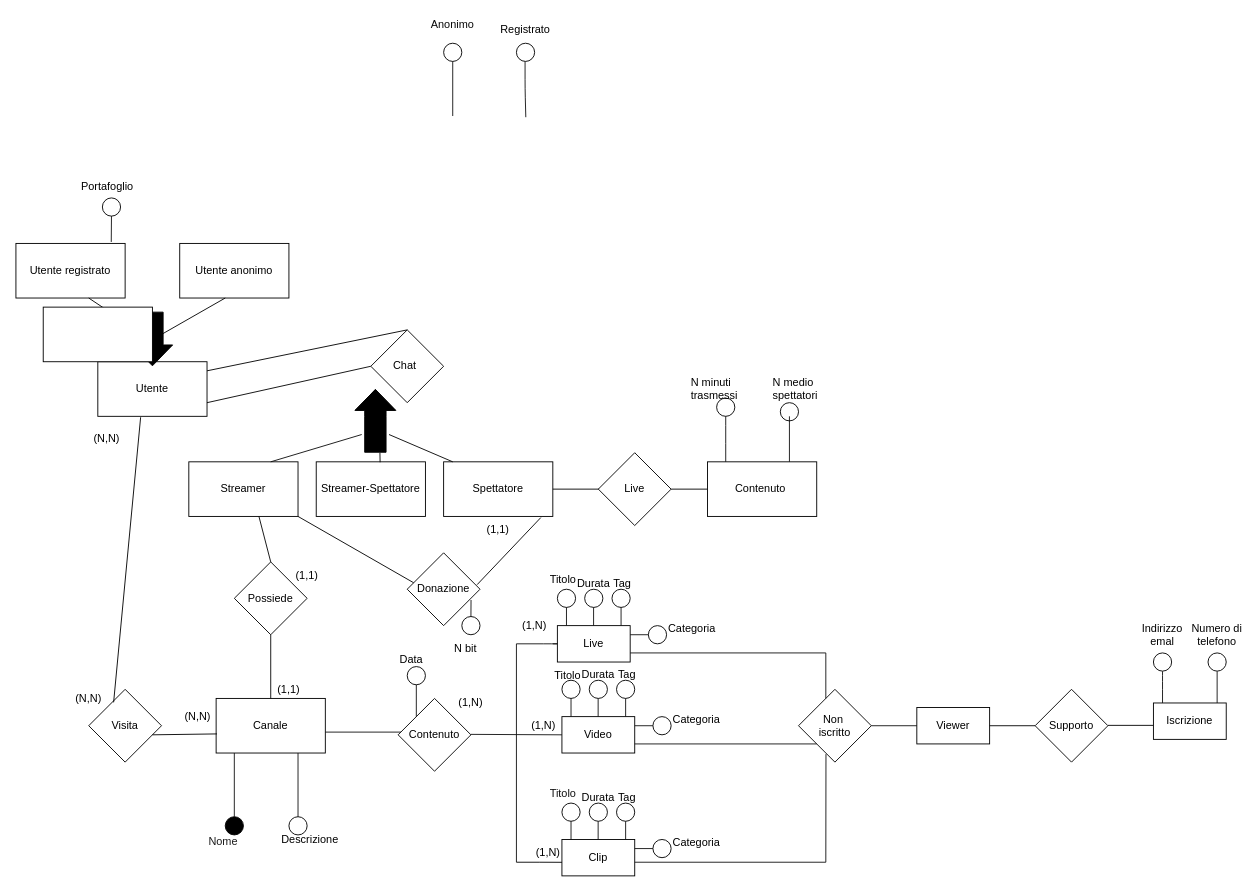
Before: e-r_revised_hypothesis.drawio in Popper002/Streaming-Service-Db-project-unito, a draw.io diagram. Source tidied: cells renumbered, new cells numbered last; positions are measured from the earlier drawing's top-left corner, leaving out a move shared by most shapes. Both pictures are drawn from the tidied source at 91%, with x=0, y=0 at pixel (15, 15).
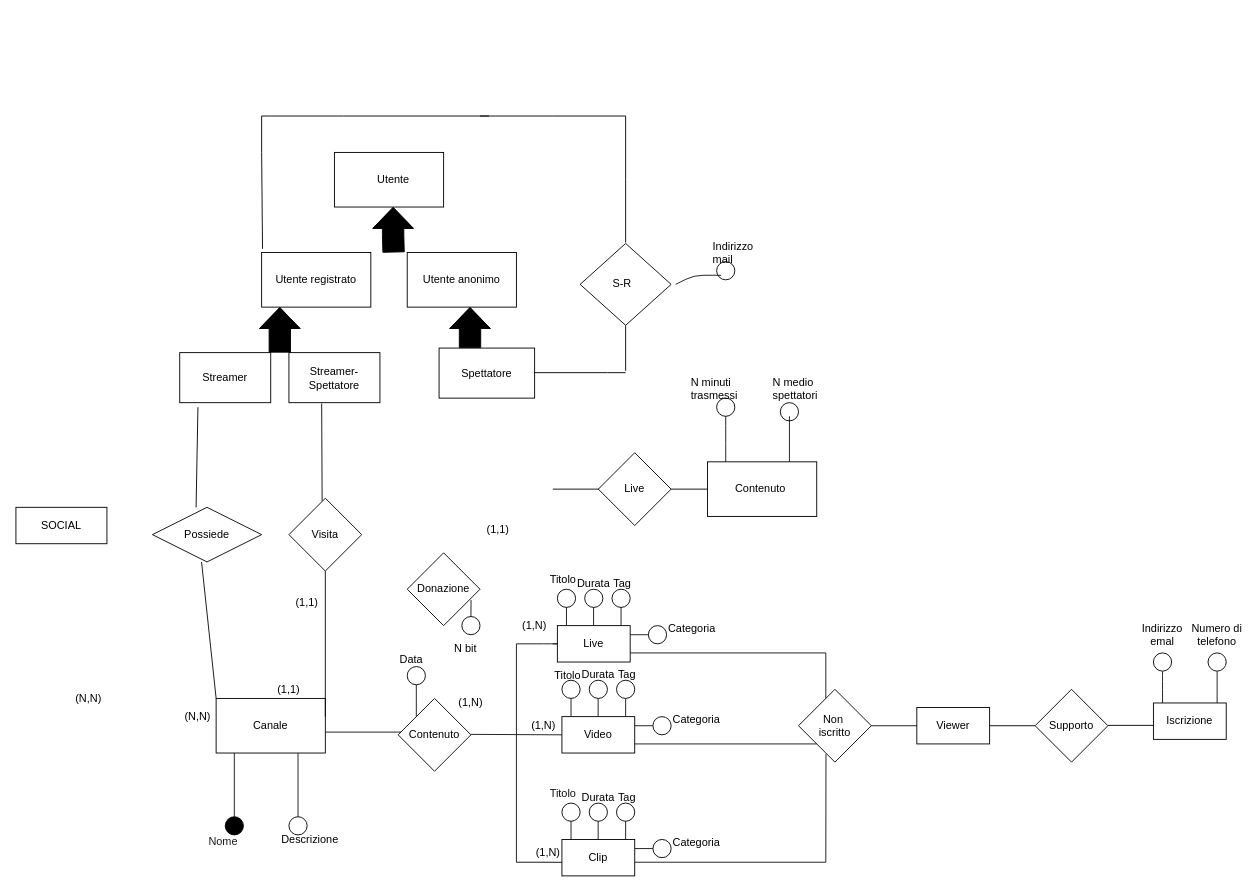
The same page after the edit.

The change refers to these unchanged cells:
```xml
<mxCell id="13" value="Canale&lt;br&gt;" style="rounded=0;whiteSpace=wrap;html=1;" parent="1" vertex="1">
  <mxGeometry x="220" y="750" width="120" height="60" as="geometry" />
</mxCell>
<mxCell id="94" value="Donazione" style="text;html=1;strokeColor=none;fillColor=none;align=center;verticalAlign=middle;whiteSpace=wrap;rounded=0;" parent="1" vertex="1">
  <mxGeometry x="440" y="615" width="60" height="30" as="geometry" />
</mxCell>
```

Diff of the diagram source:
```diff
@@
     <mxCell id="2" style="rounded=0;whiteSpace=wrap;html=1;" parent="1" vertex="1">
-      <mxGeometry x="90" y="380" width="120" height="60" as="geometry" />
+      <mxGeometry x="350" y="150" width="120" height="60" as="geometry" />
     </mxCell>
     <mxCell id="3" value="Utente" style="text;html=1;strokeColor=none;fillColor=none;align=center;verticalAlign=middle;whiteSpace=wrap;rounded=0;" parent="1" vertex="1">
-      <mxGeometry x="120" y="395" width="60" height="30" as="geometry" />
+      <mxGeometry x="385" y="165" width="60" height="30" as="geometry" />
     </mxCell>
     <mxCell id="4" style="shape=flexArrow;endArrow=classic;html=1;width=23.529411764705884;endSize=7.317647058823529;fillColor=#000000;strokeColor=#000000;" parent="1" edge="1">
       <mxGeometry relative="1" as="geometry">
-        <mxPoint x="395" y="480" as="sourcePoint" />
-        <mxPoint x="395" y="410" as="targetPoint" />
+        <mxPoint x="415" y="260" as="sourcePoint" />
+        <mxPoint x="414.5" y="210" as="targetPoint" />
         <Array as="points">
-          <mxPoint x="395" y="440" />
+          <mxPoint x="414.5" y="240" />
         </Array>
       </mxGeometry>
     </mxCell>
     <mxCell id="5" value="Spettatore" style="rounded=0;whiteSpace=wrap;html=1;" parent="1" vertex="1">
-      <mxGeometry x="470" y="490" width="120" height="60" as="geometry" />
+      <mxGeometry x="465" y="365" width="105" height="55" as="geometry" />
     </mxCell>
     <mxCell id="6" value="Streamer-Spettatore" style="rounded=0;whiteSpace=wrap;html=1;" parent="1" vertex="1">
-      <mxGeometry x="330" y="490" width="120" height="60" as="geometry" />
+      <mxGeometry x="300" y="370" width="100" height="55" as="geometry" />
     </mxCell>
     <mxCell id="7" value="Streamer" style="rounded=0;whiteSpace=wrap;html=1;" parent="1" vertex="1">
-      <mxGeometry x="190" y="490" width="120" height="60" as="geometry" />
+      <mxGeometry x="180" y="370" width="100" height="55" as="geometry" />
     </mxCell>
-    <mxCell id="8" style="endArrow=none;html=1;strokeColor=#0D0D0D;strokeWidth=1;" parent="1" edge="1">
-      <mxGeometry relative="1" as="geometry">
-        <mxPoint x="280" y="490" as="sourcePoint" />
-        <mxPoint x="380" y="460" as="targetPoint" />
-      </mxGeometry>
-    </mxCell>
-    <mxCell id="9" style="endArrow=none;html=1;strokeColor=#030303;strokeWidth=1;" parent="1" edge="1">
-      <mxGeometry relative="1" as="geometry">
-        <mxPoint x="480" y="490" as="sourcePoint" />
-        <mxPoint x="410" y="460" as="targetPoint" />
-      </mxGeometry>
-    </mxCell>
-    <mxCell id="10" value="&lt;font color=&quot;#080808&quot;&gt;Anonimo&lt;/font&gt;" style="text;html=1;align=center;verticalAlign=middle;whiteSpace=wrap;rounded=0;" parent="1" vertex="1">
-      <mxGeometry x="445" width="70" height="20" as="geometry" />
-    </mxCell>
-    <mxCell id="11" style="endArrow=none;html=1;fontColor=default;labelBackgroundColor=default;strokeColor=#121212;strokeWidth=1;exitX=0.836;exitY=0.022;exitDx=0;exitDy=0;exitPerimeter=0;" parent="1" edge="1">
-      <mxGeometry relative="1" as="geometry">
-        <mxPoint x="560.3" y="111.3" as="sourcePoint" />
-        <mxPoint x="559.5" y="50" as="targetPoint" />
-        <Array as="points">
-          <mxPoint x="559.5" y="80" />
-        </Array>
-      </mxGeometry>
-    </mxCell>
-    <mxCell id="12" value="&lt;font color=&quot;#000000&quot;&gt;Registrato&lt;/font&gt;" style="text;html=1;strokeColor=none;fillColor=none;align=center;verticalAlign=middle;whiteSpace=wrap;rounded=0;" parent="1" vertex="1">
-      <mxGeometry x="530" width="60" height="30" as="geometry" />
-    </mxCell>
@@
-    <mxCell id="14" style="rhombus;whiteSpace=wrap;html=1;" parent="1" vertex="1">
-      <mxGeometry x="240" y="600" width="80" height="80" as="geometry" />
-    </mxCell>
-    <mxCell id="15" style="endArrow=none;html=1;entryX=0.642;entryY=1;entryDx=0;entryDy=0;strokeColor=#050505;strokeWidth=1;exitX=0.5;exitY=0;exitDx=0;exitDy=0;entryPerimeter=0;" parent="1" edge="1" source="14" target="7">
-      <mxGeometry relative="1" as="geometry" />
-    </mxCell>
-    <mxCell id="16" style="endArrow=none;html=1;entryX=0.5;entryY=1;entryDx=0;entryDy=0;strokeColor=#080808;exitX=0.5;exitY=0;exitDx=0;exitDy=0;strokeWidth=1;" parent="1" edge="1" source="13" target="14">
+    <mxCell id="16" style="endArrow=none;html=1;strokeColor=#080808;strokeWidth=1;entryX=0.45;entryY=1;entryDx=0;entryDy=0;entryPerimeter=0;exitX=0;exitY=0;exitDx=0;exitDy=0;" parent="1" edge="1" source="13" target="17">
       <mxGeometry relative="1" as="geometry" />
     </mxCell>
-    <mxCell id="17" value="Possiede" style="text;html=1;strokeColor=none;fillColor=none;align=center;verticalAlign=middle;whiteSpace=wrap;rounded=0;" parent="1" vertex="1">
-      <mxGeometry x="250" y="625" width="60" height="30" as="geometry" />
-    </mxCell>
@@
-    <mxCell id="19" style="endArrow=none;html=1;fontColor=default;labelBackgroundColor=default;strokeColor=#121212;strokeWidth=1;exitX=0.167;exitY=0;exitDx=0;exitDy=0;exitPerimeter=0;" parent="1" edge="1">
-      <mxGeometry relative="1" as="geometry">
-        <mxPoint x="480" y="110" as="sourcePoint" />
-        <mxPoint x="480" y="50" as="targetPoint" />
-      </mxGeometry>
-    </mxCell>
-    <mxCell id="20" style="ellipse;whiteSpace=wrap;html=1;fillColor=none;strokeColor=#000000;" parent="1" vertex="1">
-      <mxGeometry x="470" y="30" width="20" height="20" as="geometry" />
-    </mxCell>
-    <mxCell id="21" style="ellipse;whiteSpace=wrap;html=1;fillColor=none;strokeColor=#000000;" parent="1" vertex="1">
-      <mxGeometry x="550" y="30" width="20" height="20" as="geometry" />
-    </mxCell>
-    <mxCell id="22" style="endArrow=none;html=1;fontColor=default;labelBackgroundColor=default;strokeColor=#121212;strokeWidth=1;entryX=0.873;entryY=-0.027;entryDx=0;entryDy=0;entryPerimeter=0;" parent="1" edge="1" target="124">
-      <mxGeometry relative="1" as="geometry">
-        <mxPoint x="105" y="220" as="sourcePoint" />
-      </mxGeometry>
-    </mxCell>
     <mxCell id="23" style="ellipse;whiteSpace=wrap;html=1;fillColor=none;strokeColor=#000000;" parent="1" vertex="1">
-      <mxGeometry x="95" y="200" width="20" height="20" as="geometry" />
+      <mxGeometry x="770" y="270" width="20" height="20" as="geometry" />
     </mxCell>
-    <mxCell id="24" value="&lt;font color=&quot;#000000&quot;&gt;Portafoglio&lt;br&gt;&lt;br&gt;&lt;/font&gt;" style="text;html=1;strokeColor=none;fillColor=none;align=left;verticalAlign=middle;whiteSpace=wrap;rounded=0;" parent="1" vertex="1">
-      <mxGeometry x="70" y="180" width="60" height="30" as="geometry" />
-    </mxCell>
@@
-    <mxCell id="41" style="endArrow=none;html=1;strokeColor=#030303;strokeWidth=1;exitX=0.585;exitY=0.008;exitDx=0;exitDy=0;exitPerimeter=0;" parent="1" edge="1" source="6">
-      <mxGeometry relative="1" as="geometry">
-        <mxPoint x="400" y="480" as="targetPoint" />
-      </mxGeometry>
-    </mxCell>
@@
-    <mxCell id="95" style="endArrow=none;html=1;rounded=0;exitX=-0.05;exitY=0.262;exitDx=0;exitDy=0;exitPerimeter=0;entryX=1;entryY=1;entryDx=0;entryDy=0;" parent="1" edge="1" source="94" target="7">
-      <mxGeometry relative="1" as="geometry" />
-    </mxCell>
-    <mxCell id="96" style="endArrow=none;html=1;rounded=0;entryX=0.89;entryY=1.021;entryDx=0;entryDy=0;exitX=0.946;exitY=0.063;exitDx=0;exitDy=0;exitPerimeter=0;entryPerimeter=0;" parent="1" edge="1" target="5">
-      <mxGeometry relative="1" as="geometry">
-        <mxPoint x="506.8" y="625" as="sourcePoint" />
-      </mxGeometry>
-    </mxCell>
@@
-    <mxCell id="114" style="rhombus;whiteSpace=wrap;html=1;" parent="1" vertex="1">
-      <mxGeometry x="390" y="345" width="80" height="80" as="geometry" />
-    </mxCell>
-    <mxCell id="115" value="Chat" style="text;html=1;strokeColor=none;fillColor=none;align=center;verticalAlign=middle;whiteSpace=wrap;rounded=0;" parent="1" vertex="1">
-      <mxGeometry x="400" y="370" width="55" height="30" as="geometry" />
-    </mxCell>
-    <mxCell id="116" style="endArrow=none;html=1;strokeColor=#030303;strokeWidth=1;exitX=0;exitY=0.5;exitDx=0;exitDy=0;entryX=1;entryY=0.75;entryDx=0;entryDy=0;" parent="1" edge="1" source="114" target="2">
-      <mxGeometry relative="1" as="geometry" />
-    </mxCell>
@@
     <mxCell id="123" value="Utente anonimo" style="rounded=0;whiteSpace=wrap;html=1;" parent="1" vertex="1">
-      <mxGeometry x="180" y="250" width="120" height="60" as="geometry" />
+      <mxGeometry x="430" y="260" width="120" height="60" as="geometry" />
     </mxCell>
     <mxCell id="124" value="Utente registrato" style="rounded=0;whiteSpace=wrap;html=1;" parent="1" vertex="1">
-      <mxGeometry y="250" width="120" height="60" as="geometry" />
+      <mxGeometry x="270" y="260" width="120" height="60" as="geometry" />
     </mxCell>
-    <mxCell id="125" style="shape=flexArrow;endArrow=classic;html=1;width=23.529411764705884;endSize=7.317647058823529;fillColor=#000000;strokeColor=#000000;" parent="1" edge="1">
+    <mxCell id="125" style="shape=flexArrow;endArrow=classic;html=1;width=23.529411764705884;endSize=7.317647058823529;fillColor=#000000;strokeColor=#000000;entryX=0.583;entryY=1;entryDx=0;entryDy=0;entryPerimeter=0;" parent="1" edge="1">
       <mxGeometry relative="1" as="geometry">
-        <mxPoint x="150" y="325" as="sourcePoint" />
-        <mxPoint x="150" y="385" as="targetPoint" />
+        <mxPoint x="290" y="370" as="sourcePoint" />
+        <mxPoint x="290" y="320" as="targetPoint" />
+        <Array as="points">
+          <mxPoint x="290" y="340" />
+        </Array>
       </mxGeometry>
     </mxCell>
     <mxCell id="126" style="rhombus;whiteSpace=wrap;html=1;" parent="1" vertex="1">
-      <mxGeometry x="80" y="740" width="80" height="80" as="geometry" />
+      <mxGeometry x="300" y="530" width="80" height="80" as="geometry" />
     </mxCell>
     <mxCell id="127" value="Visita" style="text;html=1;strokeColor=none;fillColor=none;align=center;verticalAlign=middle;whiteSpace=wrap;rounded=0;" parent="1" vertex="1">
-      <mxGeometry x="90" y="765" width="60" height="30" as="geometry" />
+      <mxGeometry x="310" y="555" width="60" height="30" as="geometry" />
     </mxCell>
-    <mxCell id="128" style="edgeStyle=orthogonalEdgeStyle;rounded=0;orthogonalLoop=1;jettySize=auto;html=1;exitX=0.5;exitY=1;exitDx=0;exitDy=0;" parent="1" edge="1" source="20" target="20">
-      <mxGeometry relative="1" as="geometry" />
-    </mxCell>
-    <mxCell id="129" style="endArrow=none;html=1;rounded=0;entryX=0.392;entryY=1.017;entryDx=0;entryDy=0;entryPerimeter=0;exitX=0.342;exitY=0.179;exitDx=0;exitDy=0;exitPerimeter=0;" parent="1" edge="1" source="126" target="2">
-      <mxGeometry relative="1" as="geometry" />
-    </mxCell>
-    <mxCell id="130" style="endArrow=none;html=1;rounded=0;entryX=0.392;entryY=1.017;entryDx=0;entryDy=0;entryPerimeter=0;exitX=0.008;exitY=0.65;exitDx=0;exitDy=0;exitPerimeter=0;" parent="1" edge="1" source="13">
-      <mxGeometry relative="1" as="geometry">
-        <mxPoint x="150" y="790" as="targetPoint" />
-      </mxGeometry>
-    </mxCell>
@@
     <mxCell id="132" value="(1,1)" style="text;html=1;strokeColor=none;fillColor=none;align=center;verticalAlign=middle;whiteSpace=wrap;rounded=0;" parent="1" vertex="1">
-      <mxGeometry x="290" y="600" width="60" height="30" as="geometry" />
+      <mxGeometry x="290" y="630" width="60" height="30" as="geometry" />
     </mxCell>
@@
-    <mxCell id="134" value="(N,N)" style="text;html=1;strokeColor=none;fillColor=none;align=center;verticalAlign=middle;whiteSpace=wrap;rounded=0;" parent="1" vertex="1">
-      <mxGeometry x="70" y="450" width="60" height="30" as="geometry" />
-    </mxCell>
@@
-    <mxCell id="141" style="endArrow=none;html=1;rounded=0;" parent="1" edge="1">
-      <mxGeometry relative="1" as="geometry">
-        <mxPoint x="160" y="350" as="sourcePoint" />
-        <mxPoint x="230" y="310" as="targetPoint" />
-      </mxGeometry>
-    </mxCell>
-    <mxCell id="142" style="endArrow=none;html=1;rounded=0;" parent="1" edge="1">
-      <mxGeometry relative="1" as="geometry">
-        <mxPoint x="140" y="350" as="sourcePoint" />
-        <mxPoint x="80" y="310" as="targetPoint" />
-      </mxGeometry>
-    </mxCell>
-    <mxCell id="143" style="endArrow=none;html=1;rounded=0;entryX=0.5;entryY=0;entryDx=0;entryDy=0;" parent="1" edge="1" target="114">
-      <mxGeometry relative="1" as="geometry">
-        <mxPoint x="210" y="390" as="sourcePoint" />
-      </mxGeometry>
-    </mxCell>
-    <mxCell id="144" style="whiteSpace=wrap;html=1;" parent="1" vertex="1">
-      <mxGeometry x="30" y="320" width="120" height="60" as="geometry" />
-    </mxCell>
+    <mxCell id="145" style="rhombus;whiteSpace=wrap;html=1;" parent="1" vertex="1">
+      <mxGeometry x="620" y="250" width="100" height="90" as="geometry" />
+    </mxCell>
+    <mxCell id="146" style="shape=flexArrow;endArrow=classic;html=1;width=23.529411764705884;endSize=7.317647058823529;fillColor=#000000;strokeColor=#000000;" parent="1" edge="1">
+      <mxGeometry relative="1" as="geometry">
+        <mxPoint x="499" y="365" as="sourcePoint" />
+        <mxPoint x="499" y="320" as="targetPoint" />
+        <Array as="points">
+          <mxPoint x="499" y="335" />
+        </Array>
+      </mxGeometry>
+    </mxCell>
+    <mxCell id="147" style="endArrow=none;html=1;rounded=0;" parent="1" edge="1">
+      <mxGeometry relative="1" as="geometry">
+        <mxPoint x="670" y="249" as="sourcePoint" />
+        <mxPoint x="670" y="110" as="targetPoint" />
+        <Array as="points">
+          <mxPoint x="670" y="180" />
+        </Array>
+      </mxGeometry>
+    </mxCell>
+    <mxCell id="148" style="endArrow=none;html=1;rounded=0;" parent="1" edge="1">
+      <mxGeometry relative="1" as="geometry">
+        <mxPoint x="510" y="110" as="sourcePoint" />
+        <mxPoint x="670" y="110" as="targetPoint" />
+        <Array as="points">
+          <mxPoint x="590" y="110" />
+        </Array>
+      </mxGeometry>
+    </mxCell>
+    <mxCell id="149" style="endArrow=none;html=1;rounded=0;" parent="1" edge="1">
+      <mxGeometry relative="1" as="geometry">
+        <mxPoint x="360" y="110" as="sourcePoint" />
+        <mxPoint x="520" y="110" as="targetPoint" />
+      </mxGeometry>
+    </mxCell>
+    <mxCell id="150" style="endArrow=none;html=1;rounded=0;" parent="1" edge="1">
+      <mxGeometry relative="1" as="geometry">
+        <mxPoint x="270" y="110" as="sourcePoint" />
+        <mxPoint x="360" y="110" as="targetPoint" />
+        <Array as="points">
+          <mxPoint x="280" y="110" />
+        </Array>
+      </mxGeometry>
+    </mxCell>
+    <mxCell id="151" style="endArrow=none;html=1;rounded=0;exitX=0.092;exitY=-0.067;exitDx=0;exitDy=0;exitPerimeter=0;" parent="1" edge="1">
+      <mxGeometry relative="1" as="geometry">
+        <mxPoint x="271" y="256" as="sourcePoint" />
+        <mxPoint x="270" y="110" as="targetPoint" />
+        <Array as="points">
+          <mxPoint x="270" y="150" />
+        </Array>
+      </mxGeometry>
+    </mxCell>
+    <mxCell id="152" style="endArrow=none;html=1;rounded=0;" parent="1" edge="1">
+      <mxGeometry relative="1" as="geometry">
+        <mxPoint x="570" y="392" as="sourcePoint" />
+        <mxPoint x="670" y="392" as="targetPoint" />
+        <Array as="points">
+          <mxPoint x="650" y="392" />
+        </Array>
+      </mxGeometry>
+    </mxCell>
+    <mxCell id="153" style="endArrow=none;html=1;rounded=0;" parent="1" edge="1">
+      <mxGeometry relative="1" as="geometry">
+        <mxPoint x="670" y="340" as="sourcePoint" />
+        <mxPoint x="670" y="390" as="targetPoint" />
+        <Array as="points">
+          <mxPoint x="670" y="340" />
+        </Array>
+      </mxGeometry>
+    </mxCell>
+    <mxCell id="154" value="S-R" style="text;strokeColor=none;fillColor=none;spacingLeft=4;spacingRight=4;overflow=hidden;fontSize=12;whiteSpace=wrap;html=1;" parent="1" vertex="1">
+      <mxGeometry x="650" y="280" width="40" height="30" as="geometry" />
+    </mxCell>
+    <mxCell id="155" style="endArrow=none;html=1;fontColor=default;labelBackgroundColor=default;strokeColor=#121212;strokeWidth=1;" parent="1" edge="1">
+      <mxGeometry relative="1" as="geometry">
+        <mxPoint x="725" y="295" as="sourcePoint" />
+        <mxPoint x="775" y="285" as="targetPoint" />
+        <Array as="points">
+          <mxPoint x="745" y="285" />
+        </Array>
+      </mxGeometry>
+    </mxCell>
+    <mxCell id="156" value="Indirizzo&lt;br&gt;mail" style="text;strokeColor=none;fillColor=none;spacingLeft=4;spacingRight=4;overflow=hidden;fontSize=12;whiteSpace=wrap;html=1;" parent="1" vertex="1">
+      <mxGeometry x="760" y="240" width="70" height="30" as="geometry" />
+    </mxCell>
+    <mxCell id="157" style="endArrow=none;html=1;rounded=0;" parent="1" edge="1">
+      <mxGeometry relative="1" as="geometry">
+        <mxPoint x="200" y="430" as="sourcePoint" />
+        <mxPoint x="198" y="540" as="targetPoint" />
+      </mxGeometry>
+    </mxCell>
+    <mxCell id="17" value="Possiede" style="shape=rhombus;perimeter=rhombusPerimeter;whiteSpace=wrap;html=1;align=center;" parent="1" vertex="1">
+      <mxGeometry x="150" y="540" width="120" height="60" as="geometry" />
+    </mxCell>
+    <mxCell id="158" value="SOCIAL" style="whiteSpace=wrap;html=1;align=center;" parent="1" vertex="1">
+      <mxGeometry y="540" width="100" height="40" as="geometry" />
+    </mxCell>
+    <mxCell id="159" style="endArrow=none;html=1;strokeColor=#080808;strokeWidth=1;entryX=0.5;entryY=1;entryDx=0;entryDy=0;exitX=0;exitY=0;exitDx=0;exitDy=0;" parent="1" edge="1" target="126">
+      <mxGeometry relative="1" as="geometry">
+        <mxPoint x="340" y="770" as="sourcePoint" />
+      </mxGeometry>
+    </mxCell>
+    <mxCell id="160" style="endArrow=none;html=1;strokeColor=#080808;strokeWidth=1;exitX=0;exitY=0;exitDx=0;exitDy=0;entryX=0.36;entryY=1.018;entryDx=0;entryDy=0;entryPerimeter=0;" parent="1" edge="1" target="6">
+      <mxGeometry relative="1" as="geometry">
+        <mxPoint x="336.5" y="533" as="sourcePoint" />
+      </mxGeometry>
+    </mxCell>
```
